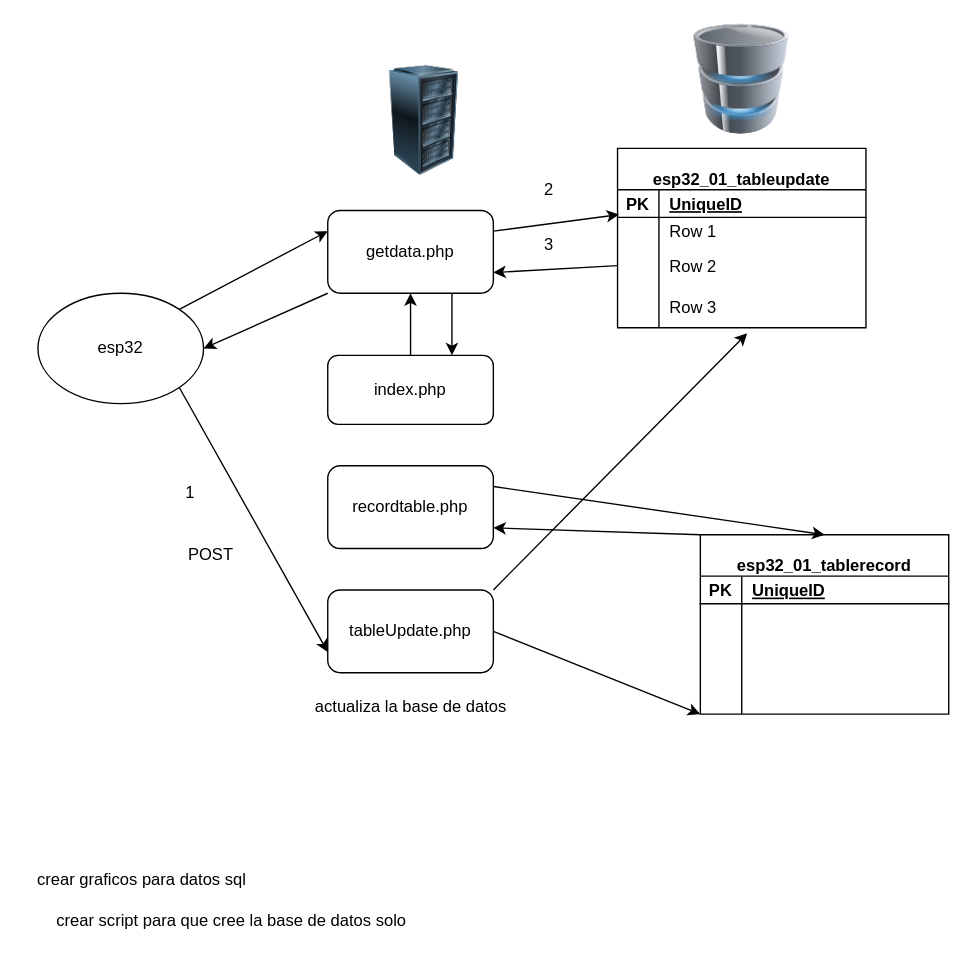
The draw.io diagram AAESTACIONM-MASTER-ASUBIR/conexion/draw.drawio in psiconervio/Esp32-Dashboard-Simplificado, before the edit. Source tidied: cells renumbered, new cells numbered last; positions are measured from the earlier drawing's top-left corner, leaving out a move shared by most shapes. Both pictures are drawn from the tidied source at 138%, with x=0, y=0 at pixel (23, 23).
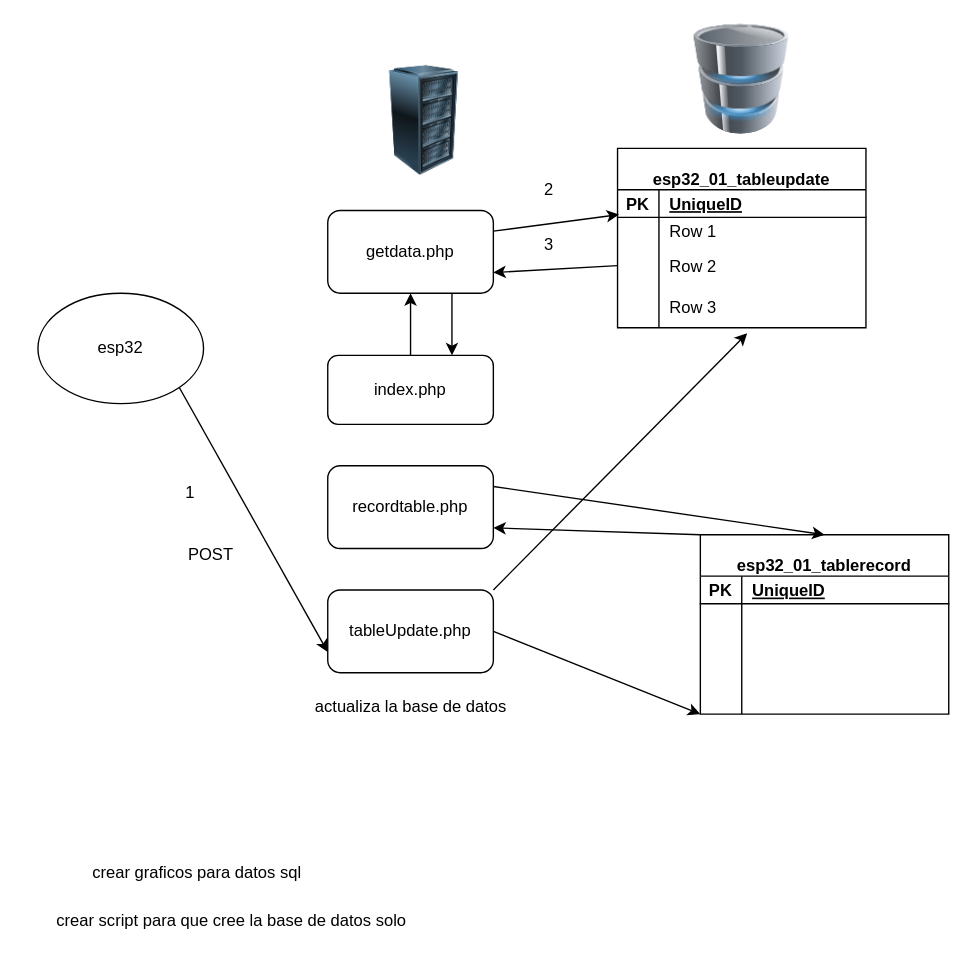
The same diagram, later.

The change refers to these unchanged cells:
```xml
<mxCell id="3" value="esp32" style="ellipse;whiteSpace=wrap;html=1;" parent="1" vertex="1">
  <mxGeometry x="10" y="195" width="120" height="80" as="geometry" />
</mxCell>
<mxCell id="7" value="getdata.php" style="rounded=1;whiteSpace=wrap;html=1;" parent="1" vertex="1">
  <mxGeometry x="220" y="135" width="120" height="60" as="geometry" />
</mxCell>
```

Change to the diagram source:
```diff
@@
-    <mxCell id="2" style="edgeStyle=none;html=1;exitX=1;exitY=0;exitDx=0;exitDy=0;entryX=0;entryY=0.25;entryDx=0;entryDy=0;" parent="1" edge="1" source="3" target="7">
-      <mxGeometry relative="1" as="geometry" />
-    </mxCell>
@@
-    <mxCell id="6" style="edgeStyle=none;html=1;exitX=0;exitY=1;exitDx=0;exitDy=0;entryX=1;entryY=0.5;entryDx=0;entryDy=0;" parent="1" edge="1" source="7" target="3">
-      <mxGeometry relative="1" as="geometry" />
-    </mxCell>
@@
     <mxCell id="52" value="crear graficos para datos sql" style="text;html=1;align=center;verticalAlign=middle;strokeColor=none;fillColor=none;" parent="1" vertex="1">
-      <mxGeometry y="605" width="170" height="30" as="geometry" />
+      <mxGeometry x="40" y="600" width="170" height="30" as="geometry" />
     </mxCell>
```
